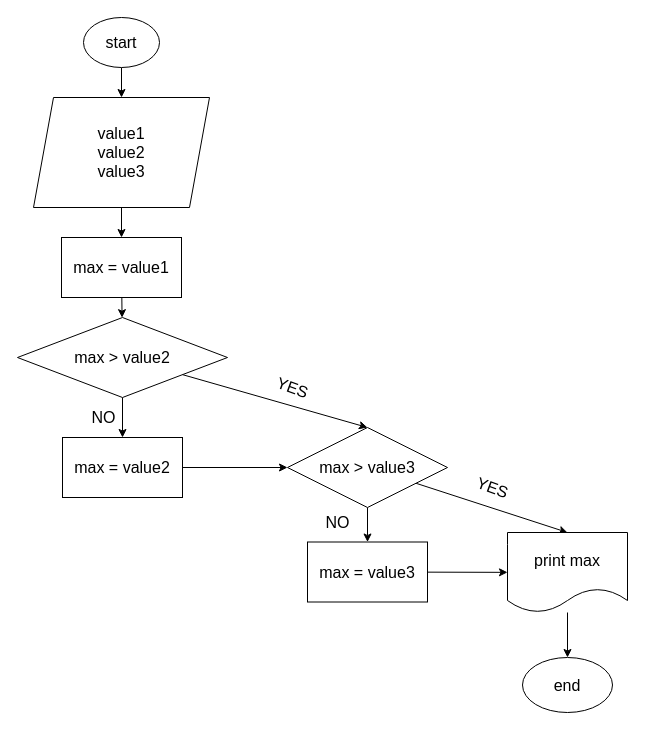
The draw.io diagram HW002/hw002.drawio in MaryQueen1/Lessonsaboutlanguages, before the edit. Source tidied: cells renumbered, new cells numbered last; positions are measured from the earlier drawing's top-left corner, leaving out a move shared by most shapes. Both pictures are drawn from the tidied source at 100%, with x=0, y=0 at pixel (17, 17).
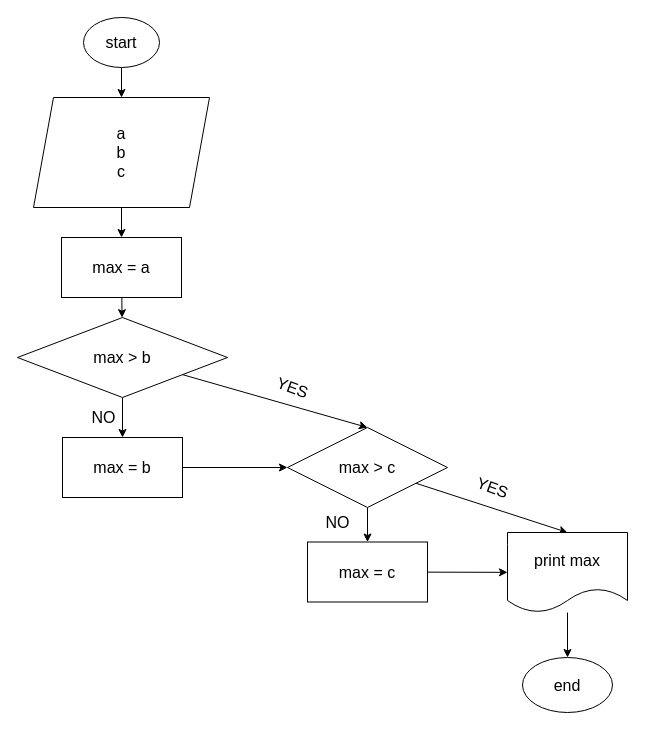
The same page after the edit.

Change to the diagram source:
```diff
@@
-    <mxCell id="5" value="value1&lt;br style=&quot;font-size: 16px&quot;&gt;value2&lt;br style=&quot;font-size: 16px&quot;&gt;value3" style="shape=parallelogram;perimeter=parallelogramPerimeter;whiteSpace=wrap;html=1;fixedSize=1;fontSize=16;" parent="1" vertex="1">
+    <mxCell id="5" value="a&lt;br&gt;b&lt;br&gt;c" style="shape=parallelogram;perimeter=parallelogramPerimeter;whiteSpace=wrap;html=1;fixedSize=1;fontSize=16;" parent="1" vertex="1">
       <mxGeometry x="16" y="80" width="176" height="110" as="geometry" />
     </mxCell>
@@
-    <mxCell id="7" value="&lt;span&gt;max = value1&lt;/span&gt;" style="whiteSpace=wrap;html=1;fontSize=16;" parent="1" vertex="1">
+    <mxCell id="7" value="&lt;span&gt;max = a&lt;/span&gt;" style="whiteSpace=wrap;html=1;fontSize=16;" parent="1" vertex="1">
       <mxGeometry x="44" y="220" width="120" height="60" as="geometry" />
     </mxCell>
@@
-    <mxCell id="10" value="max &amp;gt; value2" style="rhombus;whiteSpace=wrap;html=1;fontSize=16;" parent="1" vertex="1">
+    <mxCell id="10" value="max &amp;gt; b" style="rhombus;whiteSpace=wrap;html=1;fontSize=16;" parent="1" vertex="1">
       <mxGeometry y="300" width="210" height="80" as="geometry" />
     </mxCell>
@@
-    <mxCell id="12" value="max = value2" style="whiteSpace=wrap;html=1;fontSize=16;" parent="1" vertex="1">
+    <mxCell id="12" value="max = b" style="whiteSpace=wrap;html=1;fontSize=16;" parent="1" vertex="1">
       <mxGeometry x="45" y="420" width="120" height="60" as="geometry" />
     </mxCell>
@@
-    <mxCell id="17" value="max &amp;gt; value3" style="rhombus;whiteSpace=wrap;html=1;fontSize=16;" parent="1" vertex="1">
+    <mxCell id="17" value="max &amp;gt; c" style="rhombus;whiteSpace=wrap;html=1;fontSize=16;" parent="1" vertex="1">
       <mxGeometry x="270" y="410" width="160" height="80" as="geometry" />
     </mxCell>
@@
-    <mxCell id="19" value="max = value3" style="whiteSpace=wrap;html=1;fontSize=16;" parent="1" vertex="1">
+    <mxCell id="19" value="max = c" style="whiteSpace=wrap;html=1;fontSize=16;" parent="1" vertex="1">
       <mxGeometry x="290" y="524.5" width="120" height="60" as="geometry" />
     </mxCell>
```
